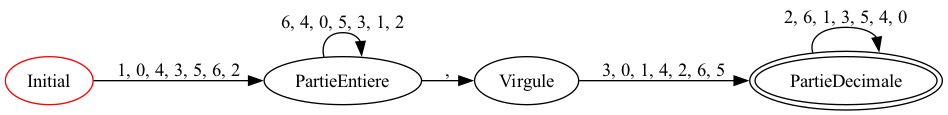
userdigitaldevil/automata keeps this Graphviz diagram as affichage.dot.png. Above is the earlier version. Its source is kept beside it as affichage.dot.
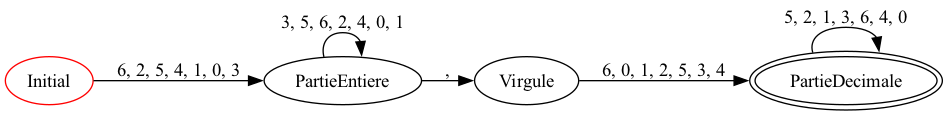
The same diagram one commit later.

What changed in the source:
```diff
@@ -1,12 +1,12 @@
 digraph a {
  rankdir=LR
 0[ label ="Initial", color=red ];
-0 -> 1 [ label = "1, 0, 4, 3, 5, 6, 2" ];
+0 -> 1 [ label = "6, 2, 5, 4, 1, 0, 3" ];
 1[ label ="PartieEntiere",];
-1 -> 1 [ label = "6, 4, 0, 5, 3, 1, 2" ];
+1 -> 1 [ label = "3, 5, 6, 2, 4, 0, 1" ];
 1 -> 2 [ label = "," ];
 2[ label ="Virgule",];
-2 -> 3 [ label = "3, 0, 1, 4, 2, 6, 5" ];
+2 -> 3 [ label = "6, 0, 1, 2, 5, 3, 4" ];
 3[ label ="PartieDecimale",peripheries=2 ];
-3 -> 3 [ label = "2, 6, 1, 3, 5, 4, 0" ];
+3 -> 3 [ label = "5, 2, 1, 3, 6, 4, 0" ];
 }
```
